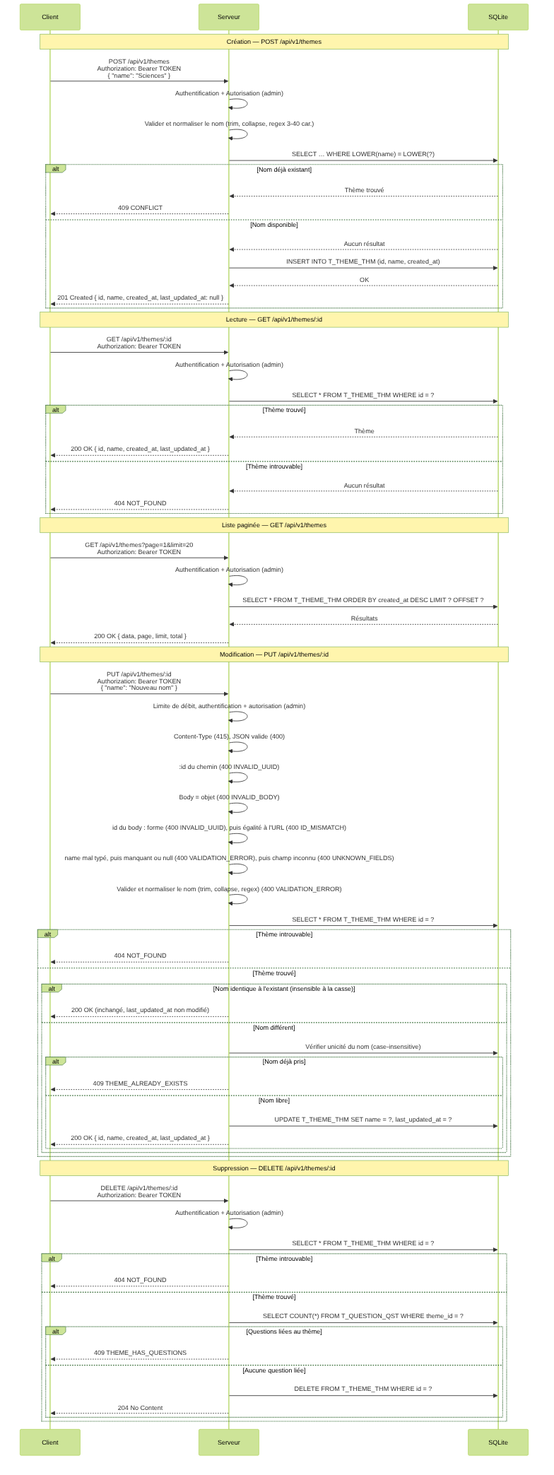
Earlier version of the Mermaid export docs/specs/diagrams/US-004-themes-crud-sequence.png (ODehel/quiz-live-server). Its source is kept beside it as docs/specs/diagrams/US-004-themes-crud-sequence.mmd.
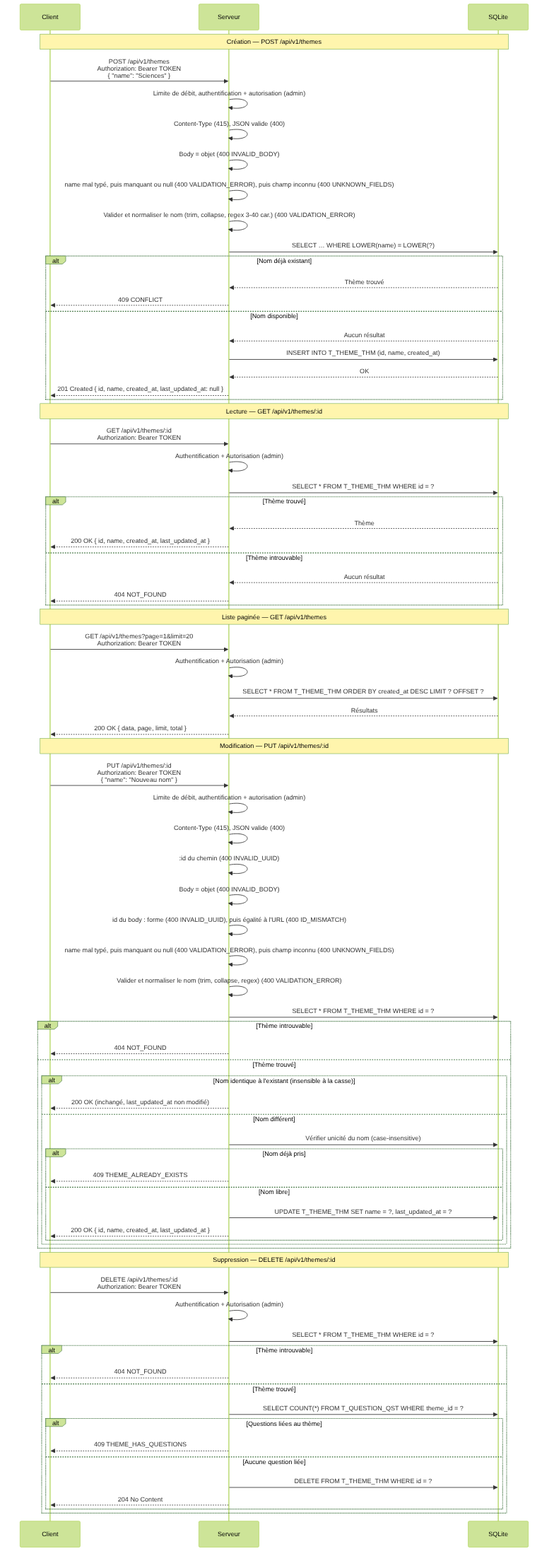
The same file after the commit.

Change to the diagram source:
```diff
@@ -6,8 +6,11 @@
 
     Note over C,DB: Création — POST /api/v1/themes
     C->>S: POST /api/v1/themes<br/>Authorization: Bearer TOKEN<br/>{ "name": "Sciences" }
-    S->>S: Authentification + Autorisation (admin)
-    S->>S: Valider et normaliser le nom (trim, collapse, regex 3-40 car.)
+    S->>S: Limite de débit, authentification + autorisation (admin)
+    S->>S: Content-Type (415), JSON valide (400)
+    S->>S: Body = objet (400 INVALID_BODY)
+    S->>S: name mal typé, puis manquant ou null (400 VALIDATION_ERROR), puis champ inconnu (400 UNKNOWN_FIELDS)
+    S->>S: Valider et normaliser le nom (trim, collapse, regex 3-40 car.) (400 VALIDATION_ERROR)
     S->>DB: SELECT … WHERE LOWER(name) = LOWER(?)
     alt Nom déjà existant
         DB-->>S: Thème trouvé
```
